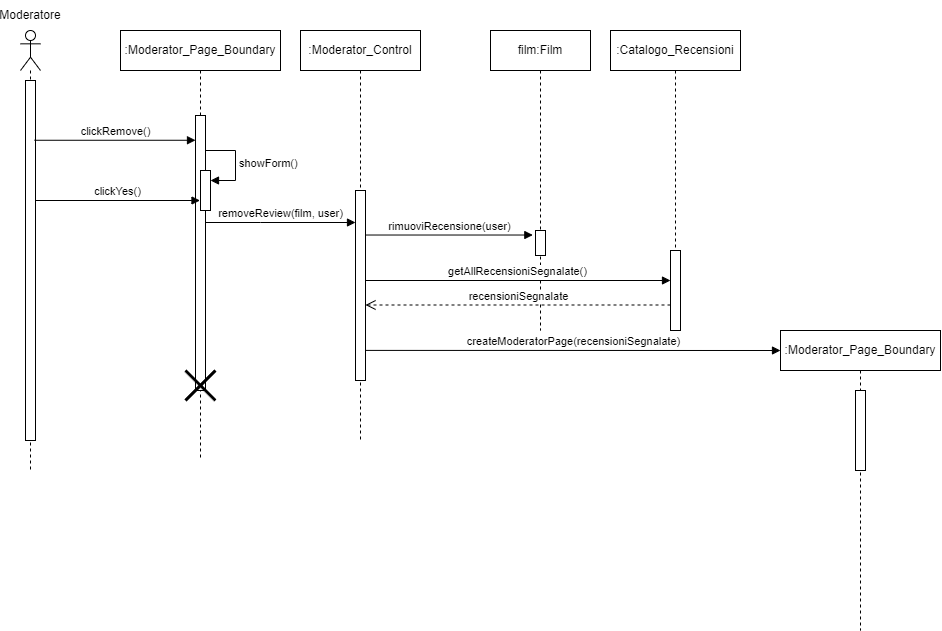
superfra01/Rated keeps this draw.io diagram as New Diagrams/Sequence Diagrams/UC19- Elimina recensione.png. Above is the earlier version. Source tidied: cells renumbered, new cells last; positions are measured from the earlier drawing's top-left corner, leaving out a move shared by most shapes.
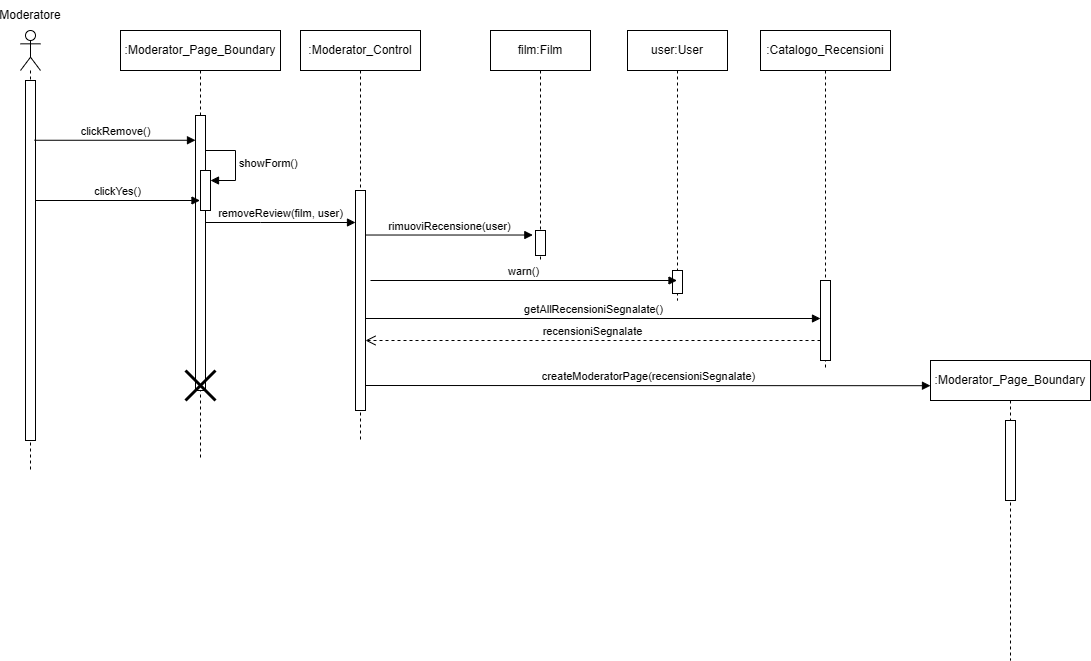
After the commit.

Commit message:
RAD modifica

Change to the diagram source:
```diff
@@ -2,10 +2,10 @@
   <root>
     <mxCell id="0" />
     <mxCell id="1" parent="0" />
-    <mxCell id="2" style="shape=umlLifeline;perimeter=lifelinePerimeter;whiteSpace=wrap;html=1;newEdgeStyle={&quot;curved&quot;:0,&quot;rounded&quot;:0};participant=umlActor;" parent="1" vertex="1">
-      <mxGeometry x="20" y="30" width="20" height="440" as="geometry" />
-    </mxCell>
+    <mxCell id="25" style="shape=umlLifeline;perimeter=lifelinePerimeter;whiteSpace=wrap;html=1;newEdgeStyle={&quot;curved&quot;:0,&quot;rounded&quot;:0};participant=umlActor;" parent="1" vertex="1">
+      <mxGeometry x="20" y="30" width="20" height="440" as="geometry" />
+    </mxCell>
-    <mxCell id="3" style="html=1;perimeter=orthogonalPerimeter;targetShapes=umlLifeline;newEdgeStyle={&quot;curved&quot;:0,&quot;rounded&quot;:0};" parent="2" vertex="1">
+    <mxCell id="3" style="html=1;perimeter=orthogonalPerimeter;targetShapes=umlLifeline;newEdgeStyle={&quot;curved&quot;:0,&quot;rounded&quot;:0};" parent="25" vertex="1">
       <mxGeometry x="5" y="50" width="10" height="360" as="geometry" />
     </mxCell>
     <mxCell id="4" value="Moderatore" style="text;html=1;align=center;verticalAlign=middle;whiteSpace=wrap;rounded=0;" parent="1" vertex="1">
@@ -16,16 +16,16 @@
         <mxPoint x="34" y="139.8" as="sourcePoint" />
       </mxGeometry>
     </mxCell>
-    <mxCell id="6" value=":Moderator_Page_Boundary" style="shape=umlLifeline;perimeter=lifelinePerimeter;whiteSpace=wrap;html=1;newEdgeStyle={&quot;curved&quot;:0,&quot;rounded&quot;:0};" parent="1" vertex="1">
-      <mxGeometry x="120" y="30" width="160" height="430" as="geometry" />
-    </mxCell>
+    <mxCell id="26" value=":Moderator_Page_Boundary" style="shape=umlLifeline;perimeter=lifelinePerimeter;whiteSpace=wrap;html=1;newEdgeStyle={&quot;curved&quot;:0,&quot;rounded&quot;:0};" parent="1" vertex="1">
+      <mxGeometry x="120" y="30" width="160" height="430" as="geometry" />
+    </mxCell>
-    <mxCell id="7" style="html=1;points=[[0,0,0,0,5],[0,1,0,0,-5],[1,0,0,0,5],[1,1,0,0,-5]];perimeter=orthogonalPerimeter;outlineConnect=0;targetShapes=umlLifeline;portConstraint=eastwest;newEdgeStyle={&quot;curved&quot;:0,&quot;rounded&quot;:0};" parent="6" vertex="1">
+    <mxCell id="7" style="html=1;points=[[0,0,0,0,5],[0,1,0,0,-5],[1,0,0,0,5],[1,1,0,0,-5]];perimeter=orthogonalPerimeter;outlineConnect=0;targetShapes=umlLifeline;portConstraint=eastwest;newEdgeStyle={&quot;curved&quot;:0,&quot;rounded&quot;:0};" parent="26" vertex="1">
       <mxGeometry x="75" y="85" width="10" height="275" as="geometry" />
     </mxCell>
-    <mxCell id="8" style="html=1;points=[[0,0,0,0,5],[0,1,0,0,-5],[1,0,0,0,5],[1,1,0,0,-5]];perimeter=orthogonalPerimeter;outlineConnect=0;targetShapes=umlLifeline;portConstraint=eastwest;newEdgeStyle={&quot;curved&quot;:0,&quot;rounded&quot;:0};" parent="6" vertex="1">
+    <mxCell id="8" style="html=1;points=[[0,0,0,0,5],[0,1,0,0,-5],[1,0,0,0,5],[1,1,0,0,-5]];perimeter=orthogonalPerimeter;outlineConnect=0;targetShapes=umlLifeline;portConstraint=eastwest;newEdgeStyle={&quot;curved&quot;:0,&quot;rounded&quot;:0};" parent="26" vertex="1">
       <mxGeometry x="80" y="140" width="10" height="40" as="geometry" />
     </mxCell>
-    <mxCell id="9" value="showForm()" style="html=1;align=left;spacingLeft=2;endArrow=block;rounded=0;edgeStyle=orthogonalEdgeStyle;curved=0;rounded=0;" parent="6" edge="1" target="8">
+    <mxCell id="9" value="showForm()" style="html=1;align=left;spacingLeft=2;endArrow=block;rounded=0;edgeStyle=orthogonalEdgeStyle;curved=0;rounded=0;" parent="26" edge="1" target="8">
       <mxGeometry relative="1" as="geometry">
         <mxPoint x="85" y="120" as="sourcePoint" />
         <Array as="points">
@@ -33,7 +33,7 @@
         </Array>
       </mxGeometry>
     </mxCell>
-    <mxCell id="10" style="shape=umlDestroy;whiteSpace=wrap;html=1;strokeWidth=3;targetShapes=umlLifeline;" parent="6" vertex="1">
+    <mxCell id="10" style="shape=umlDestroy;whiteSpace=wrap;html=1;strokeWidth=3;targetShapes=umlLifeline;" parent="26" vertex="1">
       <mxGeometry x="65" y="340" width="30" height="30" as="geometry" />
     </mxCell>
     <mxCell id="11" value="removeReview(film, user)" style="html=1;verticalAlign=bottom;endArrow=block;curved=0;rounded=0;" parent="1" edge="1">
@@ -48,9 +48,9 @@
     <mxCell id="12" value=":Moderator_Control" style="shape=umlLifeline;perimeter=lifelinePerimeter;whiteSpace=wrap;html=1;newEdgeStyle={&quot;curved&quot;:0,&quot;rounded&quot;:0};" parent="1" vertex="1">
       <mxGeometry x="300" y="30" width="120" height="410" as="geometry" />
     </mxCell>
-    <mxCell id="13" style="html=1;perimeter=orthogonalPerimeter;targetShapes=umlLifeline;newEdgeStyle={&quot;curved&quot;:0,&quot;rounded&quot;:0};" parent="12" vertex="1">
-      <mxGeometry x="55" y="160" width="10" height="190" as="geometry" />
-    </mxCell>
+    <mxCell id="27" style="html=1;perimeter=orthogonalPerimeter;targetShapes=umlLifeline;newEdgeStyle={&quot;curved&quot;:0,&quot;rounded&quot;:0};" parent="12" vertex="1">
+      <mxGeometry x="55" y="160" width="10" height="220" as="geometry" />
+    </mxCell>
     <mxCell id="14" value="rimuoviRecensione(user)" style="html=1;verticalAlign=bottom;endArrow=block;curved=0;rounded=0;entryX=-0.267;entryY=0.238;entryDx=0;entryDy=0;entryPerimeter=0;" parent="1" edge="1">
       <mxGeometry relative="1" as="geometry">
         <mxPoint x="365" y="234.5" as="sourcePoint" />
@@ -58,37 +58,38 @@
       </mxGeometry>
     </mxCell>
     <mxCell id="15" value="film:Film" style="shape=umlLifeline;perimeter=lifelinePerimeter;whiteSpace=wrap;html=1;newEdgeStyle={&quot;curved&quot;:0,&quot;rounded&quot;:0};" parent="1" vertex="1">
-      <mxGeometry x="490" y="30" width="100" height="300" as="geometry" />
+      <mxGeometry x="490" y="30" width="100" height="230" as="geometry" />
     </mxCell>
     <mxCell id="16" style="html=1;perimeter=orthogonalPerimeter;targetShapes=umlLifeline;newEdgeStyle={&quot;curved&quot;:0,&quot;rounded&quot;:0};" parent="15" vertex="1">
       <mxGeometry x="45" y="200" width="10" height="25" as="geometry" />
     </mxCell>
-    <mxCell id="17" value="getAllRecensioniSegnalate()" style="html=1;verticalAlign=bottom;endArrow=block;curved=0;rounded=0;" parent="1" edge="1" target="19">
+    <mxCell id="17" value="getAllRecensioniSegnalate()" style="html=1;verticalAlign=bottom;endArrow=block;curved=0;rounded=0;" parent="1" edge="1">
       <mxGeometry relative="1" as="geometry">
-        <mxPoint x="365" y="280" as="sourcePoint" />
+        <mxPoint x="365" y="318" as="sourcePoint" />
+        <mxPoint x="820" y="318" as="targetPoint" />
       </mxGeometry>
     </mxCell>
     <mxCell id="18" value=":Catalogo_Recensioni" style="shape=umlLifeline;perimeter=lifelinePerimeter;whiteSpace=wrap;html=1;newEdgeStyle={&quot;curved&quot;:0,&quot;rounded&quot;:0};" parent="1" vertex="1">
-      <mxGeometry x="610" y="30" width="130" height="300" as="geometry" />
+      <mxGeometry x="760" y="30" width="130" height="340" as="geometry" />
     </mxCell>
-    <mxCell id="19" style="html=1;points=[[0,0,0,0,5],[0,1,0,0,-5],[1,0,0,0,5],[1,1,0,0,-5]];perimeter=orthogonalPerimeter;outlineConnect=0;targetShapes=umlLifeline;portConstraint=eastwest;newEdgeStyle={&quot;curved&quot;:0,&quot;rounded&quot;:0};" parent="18" vertex="1">
-      <mxGeometry x="60" y="220" width="10" height="80" as="geometry" />
-    </mxCell>
+    <mxCell id="28" style="html=1;perimeter=orthogonalPerimeter;targetShapes=umlLifeline;newEdgeStyle={&quot;curved&quot;:0,&quot;rounded&quot;:0};" parent="18" vertex="1">
+      <mxGeometry x="60" y="250" width="10" height="80" as="geometry" />
+    </mxCell>
-    <mxCell id="20" value="recensioniSegnalate" style="html=1;verticalAlign=bottom;endArrow=open;dashed=1;endSize=8;curved=0;rounded=0;" parent="1" edge="1" source="19">
+    <mxCell id="20" value="recensioniSegnalate" style="html=1;verticalAlign=bottom;endArrow=open;dashed=1;endSize=8;curved=0;rounded=0;" parent="1" edge="1">
       <mxGeometry relative="1" as="geometry">
-        <mxPoint x="365" y="304.5" as="targetPoint" />
+        <mxPoint x="820" y="340" as="sourcePoint" />
+        <mxPoint x="365" y="340" as="targetPoint" />
       </mxGeometry>
     </mxCell>
-    <mxCell id="21" value=":Moderator_Page_Boundary" style="shape=umlLifeline;perimeter=lifelinePerimeter;whiteSpace=wrap;html=1;newEdgeStyle={&quot;curved&quot;:0,&quot;rounded&quot;:0};" parent="1" vertex="1">
-      <mxGeometry x="780" y="330" width="160" height="300" as="geometry" />
-    </mxCell>
+    <mxCell id="29" value=":Moderator_Page_Boundary" style="shape=umlLifeline;perimeter=lifelinePerimeter;whiteSpace=wrap;html=1;outlineConnect=0;portConstraint=eastwest;newEdgeStyle={&quot;curved&quot;:0,&quot;rounded&quot;:0};" parent="1" vertex="1">
+      <mxGeometry x="930" y="360" width="160" height="300" as="geometry" />
+    </mxCell>
-    <mxCell id="22" style="html=1;perimeter=orthogonalPerimeter;targetShapes=umlLifeline;newEdgeStyle={&quot;curved&quot;:0,&quot;rounded&quot;:0};" parent="21" vertex="1">
+    <mxCell id="22" style="html=1;perimeter=orthogonalPerimeter;targetShapes=umlLifeline;newEdgeStyle={&quot;curved&quot;:0,&quot;rounded&quot;:0};" parent="29" vertex="1">
       <mxGeometry x="75" y="60" width="10" height="80" as="geometry" />
     </mxCell>
-    <mxCell id="23" value="createModeratorPage(recensioniSegnalate)" style="html=1;verticalAlign=bottom;endArrow=block;curved=0;rounded=0;" parent="1" edge="1">
+    <mxCell id="23" value="createModeratorPage(recensioniSegnalate)" style="html=1;verticalAlign=bottom;endArrow=block;curved=0;rounded=0;entryX=0;entryY=0.084;entryDx=0;entryDy=0;entryPerimeter=0;" parent="1" edge="1" target="29">
       <mxGeometry relative="1" as="geometry">
-        <mxPoint x="365" y="349.9" as="sourcePoint" />
-        <mxPoint x="780" y="350" as="targetPoint" />
+        <mxPoint x="365" y="385" as="sourcePoint" />
       </mxGeometry>
     </mxCell>
     <mxCell id="24" value="clickYes()" style="html=1;verticalAlign=bottom;endArrow=block;curved=0;rounded=0;" parent="1" edge="1">
@@ -97,5 +98,16 @@
         <mxPoint x="199.5" y="200" as="targetPoint" />
       </mxGeometry>
     </mxCell>
+    <mxCell id="30" value="user:User" style="shape=umlLifeline;perimeter=lifelinePerimeter;whiteSpace=wrap;html=1;outlineConnect=0;portConstraint=eastwest;newEdgeStyle={&quot;curved&quot;:0,&quot;rounded&quot;:0};" parent="1" vertex="1">
+      <mxGeometry x="627" y="30" width="100" height="270" as="geometry" />
+    </mxCell>
+    <mxCell id="31" style="html=1;perimeter=orthogonalPerimeter;targetShapes=umlLifeline;newEdgeStyle={&quot;curved&quot;:0,&quot;rounded&quot;:0};" parent="30" vertex="1">
+      <mxGeometry x="45" y="240" width="10" height="23" as="geometry" />
+    </mxCell>
+    <mxCell id="32" value="warn()" style="html=1;verticalAlign=bottom;endArrow=block;curved=0;rounded=0;" parent="1" edge="1" target="30">
+      <mxGeometry relative="1" as="geometry">
+        <mxPoint x="370" y="280" as="sourcePoint" />
+      </mxGeometry>
+    </mxCell>
   </root>
 </mxGraphModel>
```
